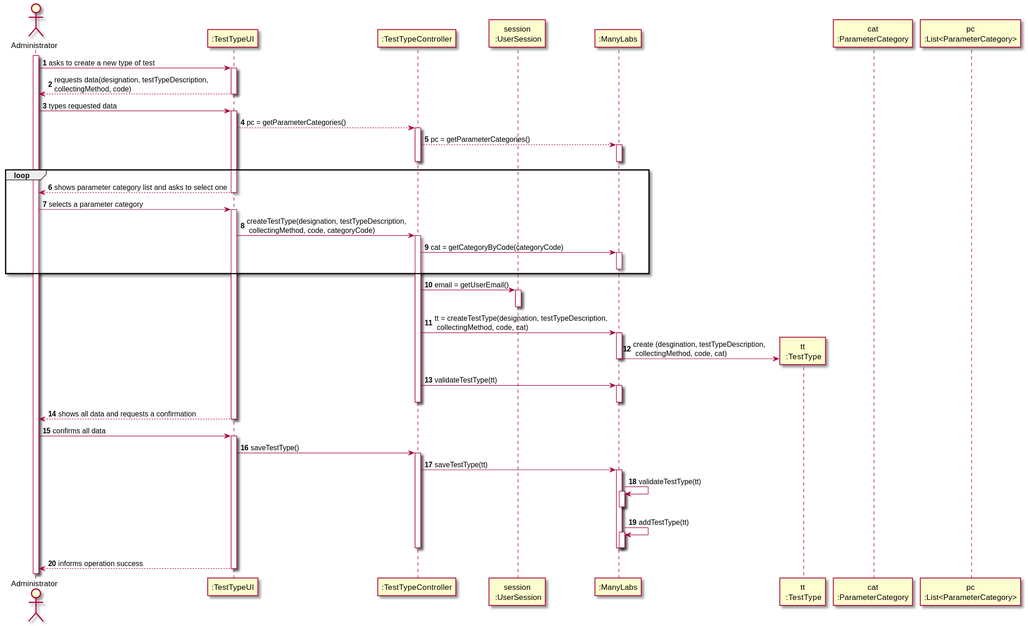
This is docs/SprintB/US9_CreateTestType/US009_SD.svg from Pedromaia26/LAPR2-ISEP, a PlantUML export, as it was before one commit.
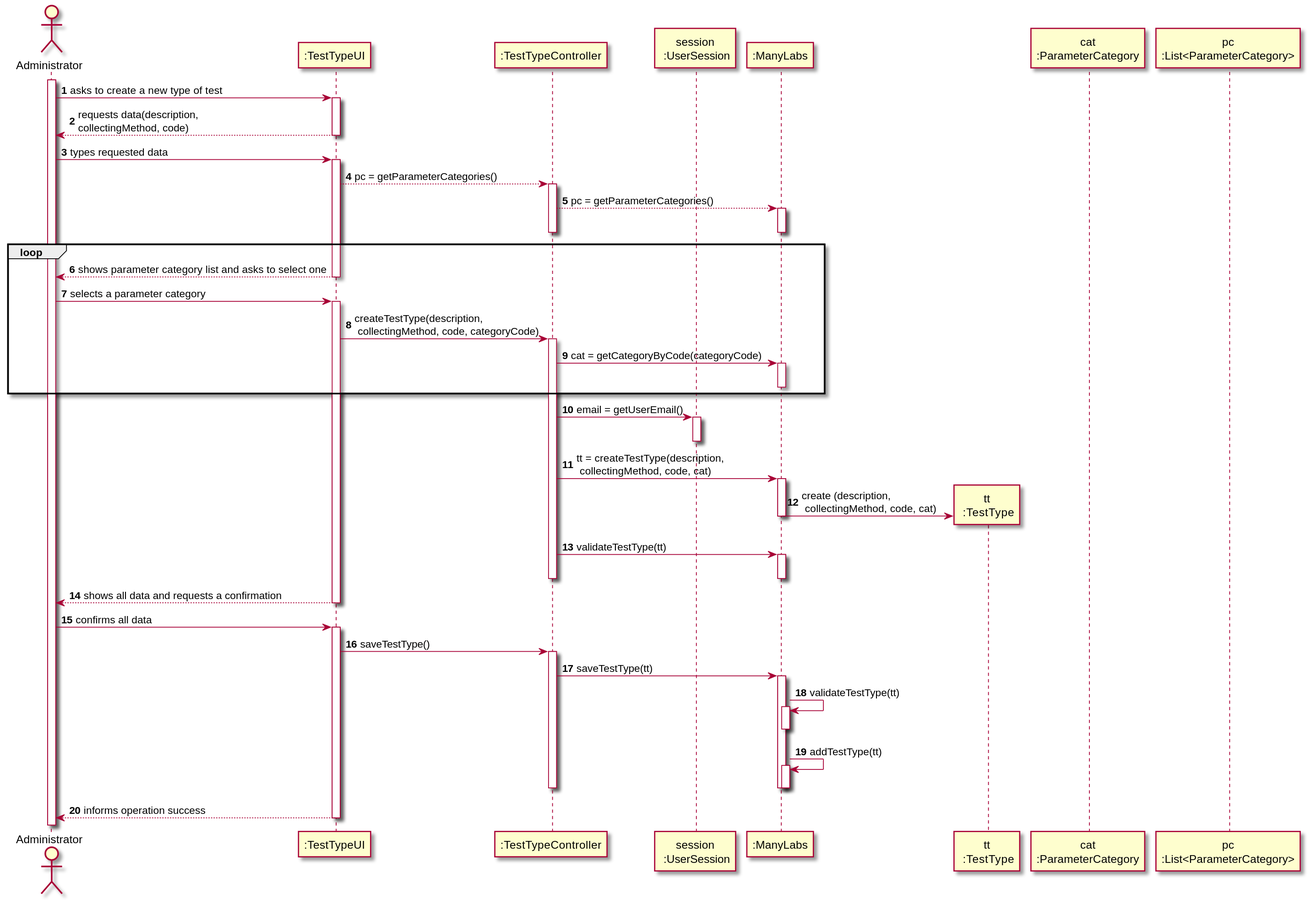
Later version of the same file.

Change to the diagram source:
```diff
@@ -15,7 +15,7 @@
 activate Adm
 Adm -> UI: asks to create a new type of test
 activate UI
-UI --> Adm: requests data(designation, testTypeDescription, \ncollectingMethod, code)
+UI --> Adm: requests data(description, \ncollectingMethod, code)
 deactivate UI
 
 
@@ -34,7 +34,7 @@
 
 Adm -> UI: selects a parameter category
 activate UI
-UI -> TTC: createTestType(designation, testTypeDescription, \n collectingMethod, code, categoryCode)
+UI -> TTC: createTestType(description, \n collectingMethod, code, categoryCode)
 activate TTC
 TTC -> ML: cat = getCategoryByCode(categoryCode)
 activate ML
@@ -43,9 +43,9 @@
 TTC -> US: email = getUserEmail()
 activate US
 deactivate US
-TTC -> ML: tt = createTestType(designation, testTypeDescription, \n collectingMethod, code, cat)
+TTC -> ML: tt = createTestType(description, \n collectingMethod, code, cat)
 activate ML
-ML -> TT**: create (desgination, testTypeDescription, \n collectingMethod, code, cat)
+ML -> TT**: create (description, \n collectingMethod, code, cat)
 deactivate ML
 TTC -> ML: validateTestType(tt)
 activate ML
```
